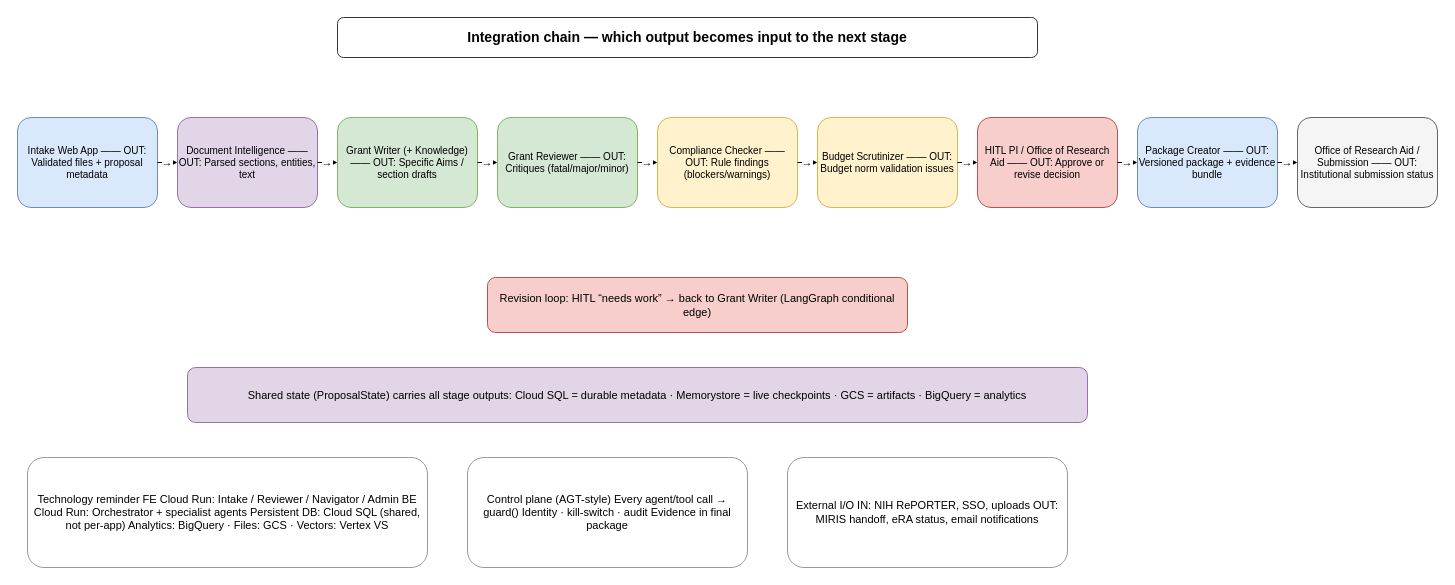
Before: docs/architecture-considerations/ea-integration-flows.drawio in YPCC/grant-agent-lab, a draw.io diagram. Source tidied: cells renumbered, new cells numbered last; positions are measured from the earlier drawing's top-left corner, leaving out a move shared by most shapes. Both pictures are drawn from the tidied source at 100%, with x=0, y=0 at pixel (17, 17).
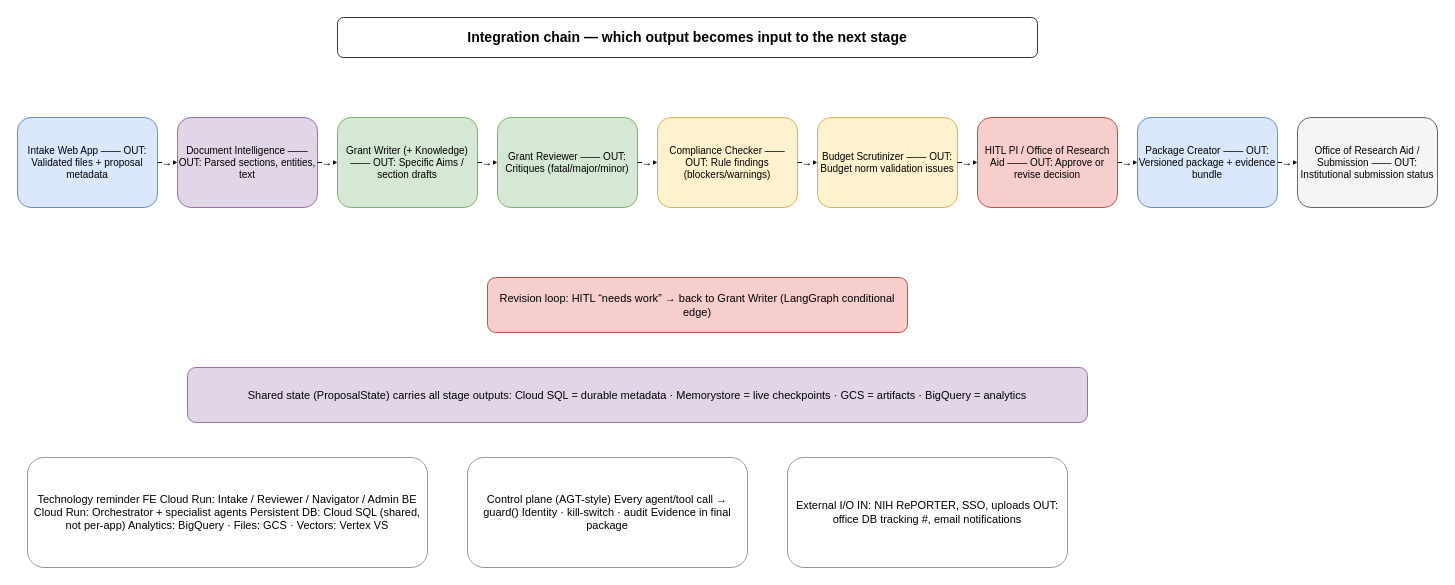
After the change.

Change to the diagram source:
```diff
@@
-    <mxCell id="24" value="External I/O&amp;#xa;IN: NIH RePORTER, SSO, uploads&amp;#xa;OUT: MIRIS handoff, eRA status,&amp;#xa;email notifications" style="fillColor=#ffffff;strokeColor=#999999;rounded=1;fontSize=11;html=1;whiteSpace=wrap;" parent="1" vertex="1">
+    <mxCell id="24" value="External I/O&amp;#xa;IN: NIH RePORTER, SSO, uploads&amp;#xa;OUT: office DB tracking #,&amp;#xa;email notifications" style="fillColor=#ffffff;strokeColor=#999999;rounded=1;fontSize=11;html=1;whiteSpace=wrap;" parent="1" vertex="1">
       <mxGeometry x="770" y="440" width="280" height="110" as="geometry" />
     </mxCell>
```
